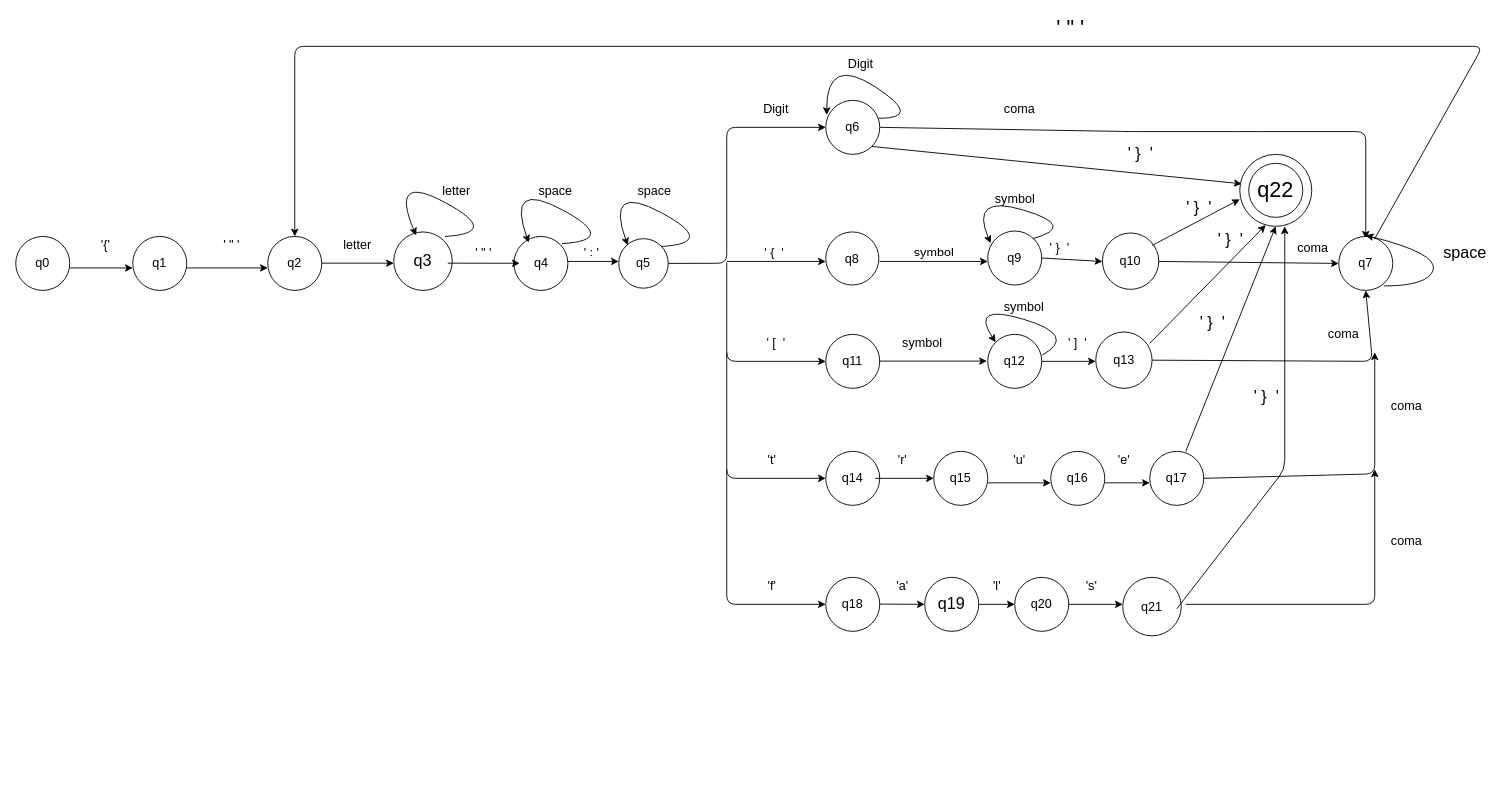
Before: Untitled Diagram.drawio in vladmsnk/SerDeser, a draw.io diagram. Source tidied: cells renumbered, new cells numbered last; positions are measured from the earlier drawing's top-left corner, leaving out a move shared by most shapes. Both pictures are drawn from the tidied source at 90%, with x=0, y=0 at pixel (15, 19).
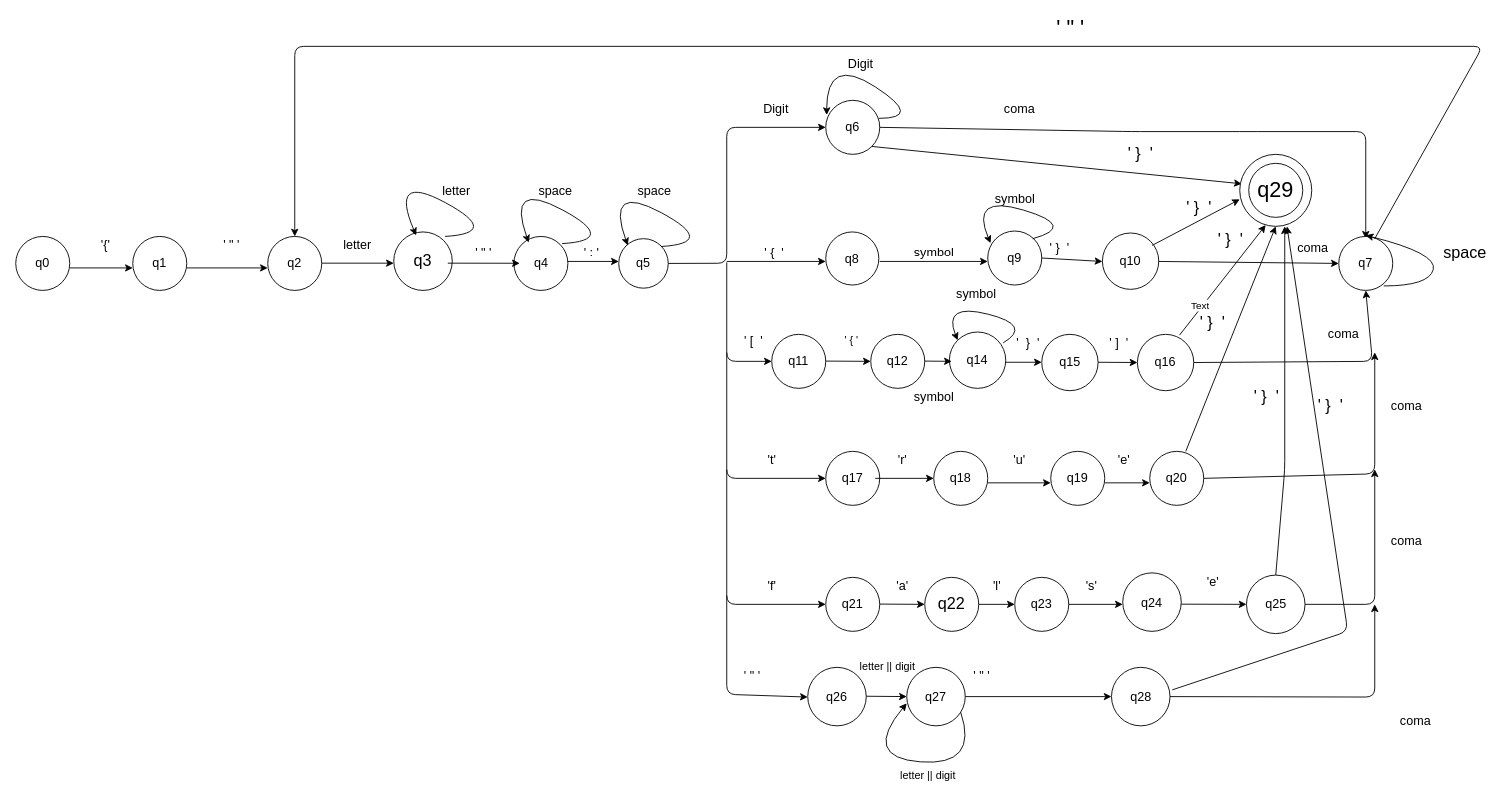
Above is the later version.

The change refers to these unchanged cells:
```xml
<mxCell id="88" style="ellipse;whiteSpace=wrap;html=1;" parent="1" vertex="1">
  <mxGeometry x="1360" y="150" width="80" height="80" as="geometry" />
</mxCell>
```

Change to the diagram source:
```diff
@@
     <mxCell id="30" style="endArrow=classic;html=1;" parent="1" edge="1">
       <mxGeometry relative="1" as="geometry">
         <mxPoint x="790" y="270" as="sourcePoint" />
-        <mxPoint x="900" y="380" as="targetPoint" />
+        <mxPoint x="840" y="380" as="targetPoint" />
         <Array as="points">
           <mxPoint x="790" y="380" />
         </Array>
       </mxGeometry>
     </mxCell>
     <mxCell id="31" value="&lt;span style=&quot;font-size: 14px&quot;&gt;q11&lt;/span&gt;" style="ellipse;whiteSpace=wrap;html=1;" parent="1" vertex="1">
-      <mxGeometry x="900" y="350" width="60" height="60" as="geometry" />
+      <mxGeometry x="840" y="350" width="60" height="60" as="geometry" />
     </mxCell>
     <mxCell id="32" value="&lt;font style=&quot;font-size: 14px&quot;&gt;' [&amp;nbsp; '&lt;/font&gt;" style="text;html=1;strokeColor=none;fillColor=none;align=center;verticalAlign=middle;whiteSpace=wrap;rounded=0;" parent="1" vertex="1">
-      <mxGeometry x="825" y="350" width="40" height="20" as="geometry" />
+      <mxGeometry x="800" y="347.4" width="40" height="20" as="geometry" />
     </mxCell>
@@
-    <mxCell id="34" value="&lt;span style=&quot;font-size: 14px&quot;&gt;q14&lt;/span&gt;" style="ellipse;whiteSpace=wrap;html=1;" parent="1" vertex="1">
+    <mxCell id="34" value="&lt;span style=&quot;font-size: 14px&quot;&gt;q17&lt;/span&gt;" style="ellipse;whiteSpace=wrap;html=1;" parent="1" vertex="1">
       <mxGeometry x="900" y="480" width="60" height="60" as="geometry" />
     </mxCell>
@@
-    <mxCell id="37" value="&lt;span style=&quot;font-size: 14px&quot;&gt;q18&lt;/span&gt;" style="ellipse;whiteSpace=wrap;html=1;" parent="1" vertex="1">
+    <mxCell id="37" value="&lt;span style=&quot;font-size: 14px&quot;&gt;q21&lt;/span&gt;" style="ellipse;whiteSpace=wrap;html=1;" parent="1" vertex="1">
       <mxGeometry x="900" y="620" width="60" height="60" as="geometry" />
     </mxCell>
@@
     <mxCell id="55" style="endArrow=classic;html=1;" parent="1" edge="1">
       <mxGeometry relative="1" as="geometry">
-        <mxPoint x="959" y="379.7" as="sourcePoint" />
-        <mxPoint x="1079" y="379.7" as="targetPoint" />
+        <mxPoint x="900" y="379.7" as="sourcePoint" />
+        <mxPoint x="950" y="380" as="targetPoint" />
       </mxGeometry>
     </mxCell>
     <mxCell id="56" value="&lt;font style=&quot;font-size: 14px&quot;&gt;symbol&lt;/font&gt;" style="text;html=1;align=center;verticalAlign=middle;strokeColor=none;fillColor=none;" parent="1" vertex="1">
-      <mxGeometry x="977" y="350" width="60" height="20" as="geometry" />
+      <mxGeometry x="990" y="410" width="60" height="20" as="geometry" />
     </mxCell>
     <mxCell id="57" value="&lt;span style=&quot;font-size: 14px&quot;&gt;q12&lt;/span&gt;" style="ellipse;whiteSpace=wrap;html=1;" parent="1" vertex="1">
-      <mxGeometry x="1080" y="350" width="60" height="60" as="geometry" />
+      <mxGeometry x="950" y="350" width="60" height="60" as="geometry" />
     </mxCell>
-    <mxCell id="58" style="curved=1;endArrow=classic;html=1;entryX=0;entryY=0;entryDx=0;entryDy=0;exitX=1.01;exitY=0.382;exitDx=0;exitDy=0;exitPerimeter=0;" parent="1" edge="1" source="57" target="57">
+    <mxCell id="58" style="curved=1;endArrow=classic;html=1;exitX=0.954;exitY=0.193;exitDx=0;exitDy=0;exitPerimeter=0;entryX=0;entryY=0;entryDx=0;entryDy=0;" parent="1" edge="1" source="104" target="104">
       <mxGeometry relative="1" as="geometry">
         <Array as="points">
-          <mxPoint x="1180" y="351.3" />
-          <mxPoint x="1060" y="315.3" />
+          <mxPoint x="1130" y="340" />
+          <mxPoint x="1030" y="315" />
         </Array>
       </mxGeometry>
     </mxCell>
     <mxCell id="59" value="&lt;font style=&quot;font-size: 14px&quot;&gt;symbol&lt;/font&gt;" style="text;html=1;align=center;verticalAlign=middle;strokeColor=none;fillColor=none;" parent="1" vertex="1">
-      <mxGeometry x="1090" y="310" width="60" height="20" as="geometry" />
+      <mxGeometry x="1037.4" y="295.2" width="60" height="20" as="geometry" />
     </mxCell>
-    <mxCell id="60" style="endArrow=classic;html=1;" parent="1" edge="1">
+    <mxCell id="60" style="endArrow=classic;html=1;entryX=0;entryY=0.5;entryDx=0;entryDy=0;" parent="1" edge="1" target="61">
       <mxGeometry relative="1" as="geometry">
-        <mxPoint x="1140" y="380" as="sourcePoint" />
-        <mxPoint x="1200" y="380" as="targetPoint" />
+        <mxPoint x="1200" y="381" as="sourcePoint" />
       </mxGeometry>
     </mxCell>
-    <mxCell id="61" value="&lt;font style=&quot;font-size: 14px&quot;&gt;q13&lt;/font&gt;" style="ellipse;whiteSpace=wrap;html=1;" parent="1" vertex="1">
-      <mxGeometry x="1200" y="347.4" width="62.6" height="62.6" as="geometry" />
+    <mxCell id="61" value="&lt;span style=&quot;font-size: 14px&quot;&gt;q16&lt;/span&gt;" style="ellipse;whiteSpace=wrap;html=1;" parent="1" vertex="1">
+      <mxGeometry x="1246.3" y="350" width="62.6" height="62.6" as="geometry" />
     </mxCell>
     <mxCell id="62" value="&lt;font style=&quot;font-size: 14px&quot;&gt;' ]&amp;nbsp; '&lt;/font&gt;" style="text;html=1;strokeColor=none;fillColor=none;align=center;verticalAlign=middle;whiteSpace=wrap;rounded=0;" parent="1" vertex="1">
-      <mxGeometry x="1160" y="350" width="40" height="20" as="geometry" />
+      <mxGeometry x="1206.3" y="350" width="40" height="20" as="geometry" />
     </mxCell>
@@
-    <mxCell id="66" value="&lt;span style=&quot;font-size: 14px&quot;&gt;q15&lt;/span&gt;" style="ellipse;whiteSpace=wrap;html=1;" parent="1" vertex="1">
+    <mxCell id="66" value="&lt;span style=&quot;font-size: 14px&quot;&gt;q18&lt;/span&gt;" style="ellipse;whiteSpace=wrap;html=1;" parent="1" vertex="1">
       <mxGeometry x="1020" y="480" width="60" height="60" as="geometry" />
     </mxCell>
@@
-    <mxCell id="69" value="&lt;font style=&quot;font-size: 14px&quot;&gt;q16&lt;/font&gt;" style="ellipse;whiteSpace=wrap;html=1;" parent="1" vertex="1">
+    <mxCell id="69" value="&lt;font style=&quot;font-size: 14px&quot;&gt;q19&lt;/font&gt;" style="ellipse;whiteSpace=wrap;html=1;" parent="1" vertex="1">
       <mxGeometry x="1150" y="480" width="60" height="60" as="geometry" />
     </mxCell>
@@
-    <mxCell id="71" value="&lt;font style=&quot;font-size: 14px&quot;&gt;q17&lt;/font&gt;" style="ellipse;whiteSpace=wrap;html=1;" parent="1" vertex="1">
+    <mxCell id="71" value="&lt;font style=&quot;font-size: 14px&quot;&gt;q20&lt;/font&gt;" style="ellipse;whiteSpace=wrap;html=1;" parent="1" vertex="1">
       <mxGeometry x="1260" y="480" width="60" height="60" as="geometry" />
     </mxCell>
@@
-    <mxCell id="77" value="&lt;font style=&quot;font-size: 18px&quot;&gt;q19&lt;/font&gt;" style="ellipse;whiteSpace=wrap;html=1;" parent="1" vertex="1">
+    <mxCell id="77" value="&lt;font style=&quot;font-size: 18px&quot;&gt;q22&lt;/font&gt;" style="ellipse;whiteSpace=wrap;html=1;" parent="1" vertex="1">
       <mxGeometry x="1010" y="620" width="60" height="60" as="geometry" />
     </mxCell>
@@
-    <mxCell id="79" value="&lt;font style=&quot;font-size: 14px&quot;&gt;q20&lt;/font&gt;" style="ellipse;whiteSpace=wrap;html=1;" parent="1" vertex="1">
+    <mxCell id="79" value="&lt;font style=&quot;font-size: 14px&quot;&gt;q23&lt;/font&gt;" style="ellipse;whiteSpace=wrap;html=1;" parent="1" vertex="1">
       <mxGeometry x="1110" y="620" width="60" height="60" as="geometry" />
     </mxCell>
@@
-    <mxCell id="83" value="&lt;font style=&quot;font-size: 14px&quot;&gt;q21&lt;/font&gt;" style="ellipse;whiteSpace=wrap;html=1;" parent="1" vertex="1">
-      <mxGeometry x="1230" y="620" width="65" height="65" as="geometry" />
+    <mxCell id="83" value="&lt;font style=&quot;font-size: 14px&quot;&gt;q24&lt;/font&gt;" style="ellipse;whiteSpace=wrap;html=1;" parent="1" vertex="1">
+      <mxGeometry x="1230" y="615" width="65" height="65" as="geometry" />
     </mxCell>
-    <mxCell id="84" style="endArrow=classic;html=1;" parent="1" edge="1">
+    <mxCell id="84" style="endArrow=classic;html=1;exitX=1;exitY=0.5;exitDx=0;exitDy=0;" parent="1" edge="1" source="111">
       <mxGeometry relative="1" as="geometry">
-        <mxPoint x="1300" y="650" as="sourcePoint" />
         <mxPoint x="1510" y="500" as="targetPoint" />
         <Array as="points">
           <mxPoint x="1510" y="650" />
         </Array>
       </mxGeometry>
     </mxCell>
@@
-    <mxCell id="89" value="&lt;font style=&quot;font-size: 24px&quot;&gt;q22&lt;/font&gt;" style="ellipse;whiteSpace=wrap;html=1;" parent="1" vertex="1">
+    <mxCell id="89" value="&lt;font style=&quot;font-size: 24px&quot;&gt;q29&lt;/font&gt;" style="ellipse;whiteSpace=wrap;html=1;" parent="1" vertex="1">
       <mxGeometry x="1370" y="160" width="60" height="60" as="geometry" />
     </mxCell>
@@
-    <mxCell id="92" style="endArrow=classic;html=1;entryX=0.36;entryY=0.982;entryDx=0;entryDy=0;entryPerimeter=0;" parent="1" edge="1" target="88">
-      <mxGeometry relative="1" as="geometry">
-        <mxPoint x="1260" y="360" as="sourcePoint" />
-      </mxGeometry>
+    <mxCell id="92" style="endArrow=classic;html=1;entryX=0.36;entryY=0.982;entryDx=0;entryDy=0;entryPerimeter=0;exitX=0.747;exitY=0.014;exitDx=0;exitDy=0;exitPerimeter=0;" parent="1" edge="1" source="61" target="88">
+      <mxGeometry relative="1" as="geometry" />
     </mxCell>
+    <mxCell id="102" value="Text" style="edgeLabel;html=1;align=center;verticalAlign=middle;" parent="92" vertex="1">
+      <mxGeometry x="-0.49" y="3" relative="1" as="geometry" />
+    </mxCell>
@@
-    <mxCell id="94" style="endArrow=classic;html=1;" parent="1" edge="1">
+    <mxCell id="94" style="endArrow=classic;html=1;exitX=0.5;exitY=0;exitDx=0;exitDy=0;" parent="1" edge="1" source="111">
       <mxGeometry relative="1" as="geometry">
-        <mxPoint x="1290" y="655" as="sourcePoint" />
         <mxPoint x="1410" y="230" as="targetPoint" />
         <Array as="points">
           <mxPoint x="1410" y="500" />
         </Array>
       </mxGeometry>
     </mxCell>
@@
+    <mxCell id="103" value="' { '&amp;nbsp;" style="text;html=1;align=center;verticalAlign=middle;strokeColor=none;fillColor=none;" parent="1" vertex="1">
+      <mxGeometry x="915" y="347.4" width="30" height="20" as="geometry" />
+    </mxCell>
+    <mxCell id="104" value="&lt;font style=&quot;font-size: 14px&quot;&gt;q14&lt;/font&gt;" style="ellipse;whiteSpace=wrap;html=1;" parent="1" vertex="1">
+      <mxGeometry x="1037.4" y="347.4" width="62.6" height="62.6" as="geometry" />
+    </mxCell>
+    <mxCell id="105" style="endArrow=classic;html=1;" parent="1" edge="1">
+      <mxGeometry relative="1" as="geometry">
+        <mxPoint x="1010" y="379.7" as="sourcePoint" />
+        <mxPoint x="1040" y="380" as="targetPoint" />
+      </mxGeometry>
+    </mxCell>
+    <mxCell id="106" style="endArrow=classic;html=1;" parent="1" edge="1">
+      <mxGeometry relative="1" as="geometry">
+        <mxPoint x="1100" y="381" as="sourcePoint" />
+        <mxPoint x="1140" y="381" as="targetPoint" />
+      </mxGeometry>
+    </mxCell>
+    <mxCell id="107" value="&lt;span style=&quot;font-size: 14px&quot;&gt;q15&lt;/span&gt;" style="ellipse;whiteSpace=wrap;html=1;" parent="1" vertex="1">
+      <mxGeometry x="1140" y="350" width="62.6" height="62.6" as="geometry" />
+    </mxCell>
+    <mxCell id="108" value="&lt;font style=&quot;font-size: 14px&quot;&gt;'&amp;nbsp; }&amp;nbsp; '&lt;/font&gt;" style="text;html=1;strokeColor=none;fillColor=none;align=center;verticalAlign=middle;whiteSpace=wrap;rounded=0;" parent="1" vertex="1">
+      <mxGeometry x="1105" y="350" width="40" height="20" as="geometry" />
+    </mxCell>
+    <mxCell id="109" style="endArrow=classic;html=1;entryX=0;entryY=0.5;entryDx=0;entryDy=0;" parent="1" edge="1" target="111">
+      <mxGeometry relative="1" as="geometry">
+        <mxPoint x="1295" y="649.8" as="sourcePoint" />
+      </mxGeometry>
+    </mxCell>
+    <mxCell id="110" value="&lt;span style=&quot;font-size: 14px&quot;&gt;'e'&lt;/span&gt;" style="text;html=1;align=center;verticalAlign=middle;strokeColor=none;fillColor=none;" parent="1" vertex="1">
+      <mxGeometry x="1315" y="615" width="30" height="20" as="geometry" />
+    </mxCell>
+    <mxCell id="111" value="&lt;font style=&quot;font-size: 14px&quot;&gt;q25&lt;/font&gt;" style="ellipse;whiteSpace=wrap;html=1;" parent="1" vertex="1">
+      <mxGeometry x="1367.5" y="617.5" width="65" height="65" as="geometry" />
+    </mxCell>
+    <mxCell id="112" value="&lt;font style=&quot;font-size: 14px&quot;&gt;q26&lt;/font&gt;" style="ellipse;whiteSpace=wrap;html=1;" parent="1" vertex="1">
+      <mxGeometry x="880" y="720" width="65" height="65" as="geometry" />
+    </mxCell>
+    <mxCell id="113" style="endArrow=classic;html=1;startSize=6;endSize=6;sourcePerimeterSpacing=8;targetPerimeterSpacing=8;" parent="1" edge="1">
+      <mxGeometry relative="1" as="geometry">
+        <mxPoint x="790" y="640" as="sourcePoint" />
+        <mxPoint x="880" y="753" as="targetPoint" />
+        <Array as="points">
+          <mxPoint x="790" y="750" />
+        </Array>
+      </mxGeometry>
+    </mxCell>
+    <mxCell id="114" style="endArrow=classic;html=1;entryX=0;entryY=0.5;entryDx=0;entryDy=0;" parent="1" edge="1" target="115">
+      <mxGeometry relative="1" as="geometry">
+        <mxPoint x="945" y="752.1" as="sourcePoint" />
+      </mxGeometry>
+    </mxCell>
+    <mxCell id="115" value="&lt;font style=&quot;font-size: 14px&quot;&gt;q27&lt;/font&gt;" style="ellipse;whiteSpace=wrap;html=1;" parent="1" vertex="1">
+      <mxGeometry x="990" y="720" width="65" height="65" as="geometry" />
+    </mxCell>
+    <mxCell id="116" value="&lt;span style=&quot;font-size: 14px&quot;&gt;q28&lt;/span&gt;" style="ellipse;whiteSpace=wrap;html=1;" parent="1" vertex="1">
+      <mxGeometry x="1217.5" y="720" width="65" height="65" as="geometry" />
+    </mxCell>
+    <mxCell id="117" style="endArrow=classic;html=1;exitX=1;exitY=0.5;exitDx=0;exitDy=0;entryX=0;entryY=0.5;entryDx=0;entryDy=0;" parent="1" edge="1" source="115" target="116">
+      <mxGeometry relative="1" as="geometry" />
+    </mxCell>
+    <mxCell id="118" value="&lt;font style=&quot;font-size: 14px&quot;&gt;' &quot; '&amp;nbsp;&lt;/font&gt;" style="text;html=1;align=center;verticalAlign=middle;strokeColor=none;fillColor=none;" parent="1" vertex="1">
+      <mxGeometry x="800" y="720" width="40" height="20" as="geometry" />
+    </mxCell>
+    <mxCell id="119" value="letter || digit&amp;nbsp;" style="text;html=1;align=center;verticalAlign=middle;strokeColor=none;fillColor=none;" parent="1" vertex="1">
+      <mxGeometry x="930" y="710" width="80" height="20" as="geometry" />
+    </mxCell>
+    <mxCell id="120" value="letter || digit&amp;nbsp;" style="text;html=1;align=center;verticalAlign=middle;strokeColor=none;fillColor=none;" parent="1" vertex="1">
+      <mxGeometry x="975" y="830" width="80" height="20" as="geometry" />
+    </mxCell>
+    <mxCell id="121" style="curved=1;endArrow=classic;html=1;startSize=6;endSize=6;sourcePerimeterSpacing=8;targetPerimeterSpacing=8;entryX=0;entryY=0.615;entryDx=0;entryDy=0;entryPerimeter=0;" parent="1" edge="1" target="115">
+      <mxGeometry relative="1" as="geometry">
+        <mxPoint x="1050" y="770" as="sourcePoint" />
+        <Array as="points">
+          <mxPoint x="1070" y="830" />
+          <mxPoint x="940" y="820" />
+        </Array>
+      </mxGeometry>
+    </mxCell>
+    <mxCell id="122" value="&lt;font style=&quot;font-size: 14px&quot;&gt;' &quot; '&amp;nbsp;&lt;/font&gt;" style="text;html=1;align=center;verticalAlign=middle;strokeColor=none;fillColor=none;" parent="1" vertex="1">
+      <mxGeometry x="1055" y="720" width="40" height="20" as="geometry" />
+    </mxCell>
+    <mxCell id="123" style="endArrow=classic;html=1;startSize=6;endSize=6;sourcePerimeterSpacing=8;targetPerimeterSpacing=8;exitX=1;exitY=0.5;exitDx=0;exitDy=0;" parent="1" edge="1" source="116">
+      <mxGeometry relative="1" as="geometry">
+        <mxPoint x="1510" y="650" as="targetPoint" />
+        <Array as="points">
+          <mxPoint x="1510" y="753" />
+        </Array>
+      </mxGeometry>
+    </mxCell>
+    <mxCell id="124" value="&lt;span style=&quot;font-size: 14px&quot;&gt;coma&lt;/span&gt;" style="text;html=1;align=center;verticalAlign=middle;strokeColor=none;fillColor=none;" parent="1" vertex="1">
+      <mxGeometry x="1530" y="770" width="50" height="20" as="geometry" />
+    </mxCell>
+    <mxCell id="125" style="endArrow=classic;html=1;startSize=6;endSize=6;sourcePerimeterSpacing=8;targetPerimeterSpacing=8;entryX=0.656;entryY=1;entryDx=0;entryDy=0;entryPerimeter=0;" parent="1" edge="1" target="88">
+      <mxGeometry relative="1" as="geometry">
+        <mxPoint x="1285" y="745" as="sourcePoint" />
+        <Array as="points">
+          <mxPoint x="1480" y="680" />
+        </Array>
+      </mxGeometry>
+    </mxCell>
+    <mxCell id="126" value="&lt;font style=&quot;font-size: 18px&quot;&gt;' }&amp;nbsp; '&lt;/font&gt;" style="text;html=1;strokeColor=none;fillColor=none;align=center;verticalAlign=middle;whiteSpace=wrap;rounded=0;" parent="1" vertex="1">
+      <mxGeometry x="1440.5" y="420" width="40" height="20" as="geometry" />
+    </mxCell>
```
